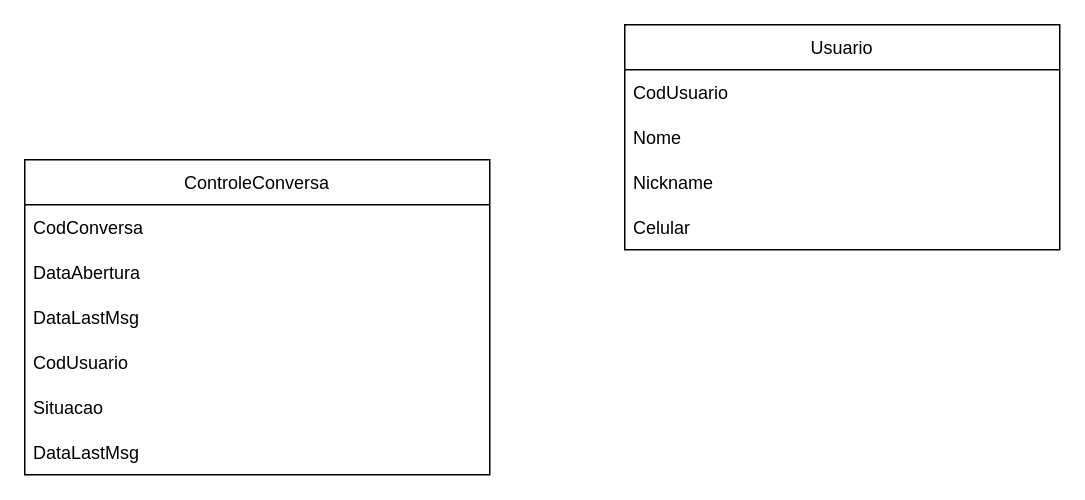
Before: UML/Untitled Diagram.drawio in romulo1135/Prefeitura, a draw.io diagram. Source tidied: cells renumbered, new cells numbered last; positions are measured from the earlier drawing's top-left corner, leaving out a move shared by most shapes. Both pictures are drawn from the tidied source at 150%, with x=0, y=0 at pixel (24, 24).
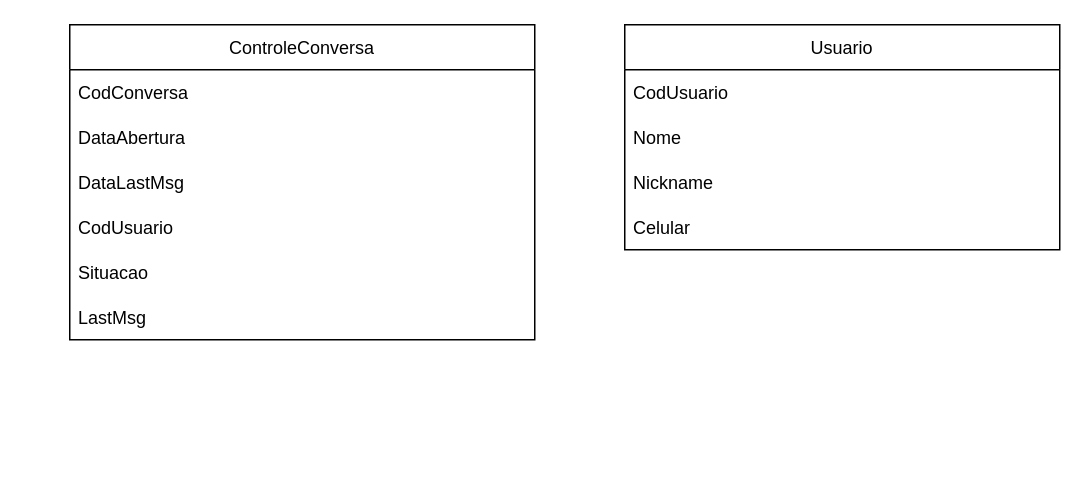
Above is the later version.

The edit, as a diff of the source:
```diff
@@
 <mxGraphModel>
   <root>
     <mxCell id="0" />
     <mxCell id="1" parent="0" />
     <mxCell id="2" value="ControleConversa" style="swimlane;fontStyle=0;horizontal=1;startSize=30;" parent="1" vertex="1">
-      <mxGeometry y="90" width="310" height="210" as="geometry" />
+      <mxGeometry x="30" width="310" height="210" as="geometry" />
     </mxCell>
     <mxCell id="3" value="CodConversa" style="text;strokeColor=none;fillColor=none;align=left;verticalAlign=middle;spacingLeft=4;spacingRight=4;overflow=hidden;" parent="2" vertex="1">
       <mxGeometry y="30" width="310" height="30" as="geometry" />
     </mxCell>
     <mxCell id="4" value="DataAbertura" style="text;strokeColor=none;fillColor=none;align=left;verticalAlign=middle;spacingLeft=4;spacingRight=4;overflow=hidden;" parent="2" vertex="1">
       <mxGeometry y="60" width="310" height="30" as="geometry" />
     </mxCell>
     <mxCell id="5" value="DataLastMsg" style="text;strokeColor=none;fillColor=none;align=left;verticalAlign=middle;spacingLeft=4;spacingRight=4;overflow=hidden;" parent="2" vertex="1">
       <mxGeometry y="90" width="310" height="30" as="geometry" />
     </mxCell>
     <mxCell id="6" value="CodUsuario" style="text;strokeColor=none;fillColor=none;align=left;verticalAlign=middle;spacingLeft=4;spacingRight=4;overflow=hidden;" parent="2" vertex="1">
       <mxGeometry y="120" width="310" height="30" as="geometry" />
     </mxCell>
     <mxCell id="7" value="Situacao" style="text;strokeColor=none;fillColor=none;align=left;verticalAlign=middle;spacingLeft=4;spacingRight=4;overflow=hidden;" parent="2" vertex="1">
       <mxGeometry y="150" width="310" height="30" as="geometry" />
     </mxCell>
-    <mxCell id="8" value="DataLastMsg" style="text;strokeColor=none;fillColor=none;align=left;verticalAlign=middle;spacingLeft=4;spacingRight=4;overflow=hidden;" parent="2" vertex="1">
+    <mxCell id="8" value="LastMsg" style="text;strokeColor=none;fillColor=none;align=left;verticalAlign=middle;spacingLeft=4;spacingRight=4;overflow=hidden;" parent="2" vertex="1">
       <mxGeometry y="180" width="310" height="30" as="geometry" />
     </mxCell>
     <mxCell id="9" value="Usuario" style="swimlane;fontStyle=0;horizontal=1;startSize=30;" parent="1" vertex="1">
       <mxGeometry x="400" width="290" height="150" as="geometry" />
     </mxCell>
     <mxCell id="10" value="CodUsuario" style="text;strokeColor=none;fillColor=none;align=left;verticalAlign=middle;spacingLeft=4;spacingRight=4;overflow=hidden;" parent="9" vertex="1">
       <mxGeometry y="30" width="290" height="30" as="geometry" />
     </mxCell>
     <mxCell id="11" value="Nome" style="text;strokeColor=none;fillColor=none;align=left;verticalAlign=middle;spacingLeft=4;spacingRight=4;overflow=hidden;" parent="9" vertex="1">
       <mxGeometry y="60" width="290" height="30" as="geometry" />
     </mxCell>
     <mxCell id="12" value="Nickname" style="text;strokeColor=none;fillColor=none;align=left;verticalAlign=middle;spacingLeft=4;spacingRight=4;overflow=hidden;" parent="9" vertex="1">
       <mxGeometry y="90" width="290" height="30" as="geometry" />
     </mxCell>
     <mxCell id="13" value="Celular" style="text;strokeColor=none;fillColor=none;align=left;verticalAlign=middle;spacingLeft=4;spacingRight=4;overflow=hidden;" parent="9" vertex="1">
       <mxGeometry y="120" width="290" height="30" as="geometry" />
     </mxCell>
   </root>
 </mxGraphModel>
```
